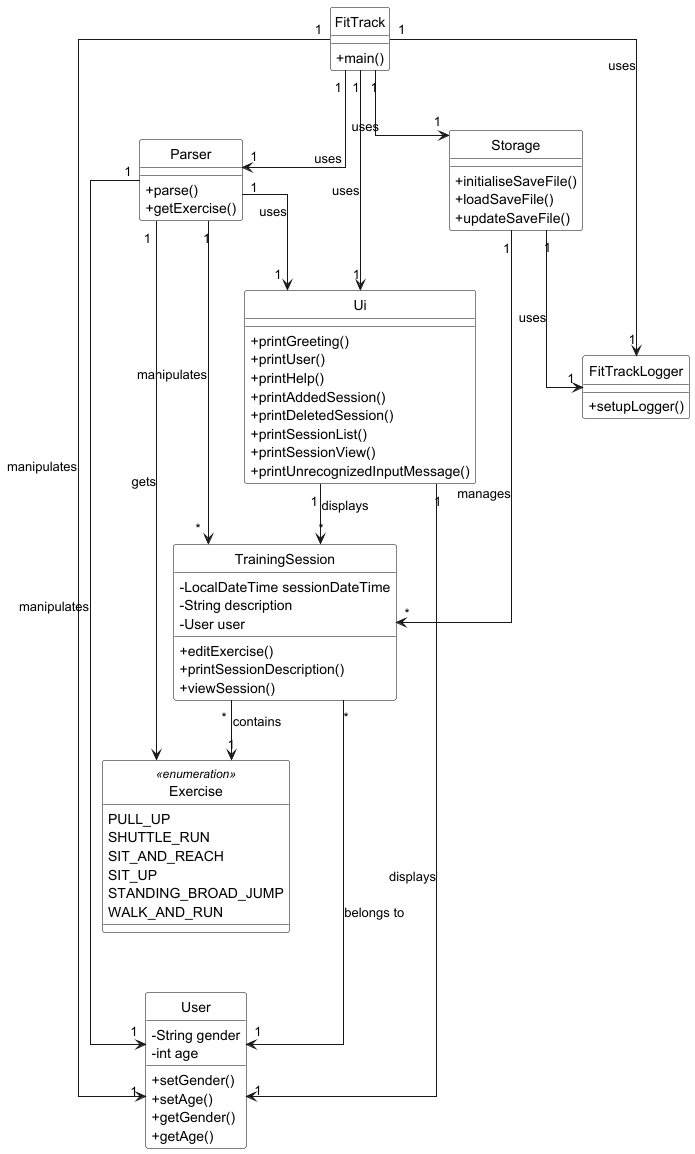
This is docs/HighLevel.png from nus-cs2113-AY2425S1/tp, a PlantUML export, as it was before one commit.
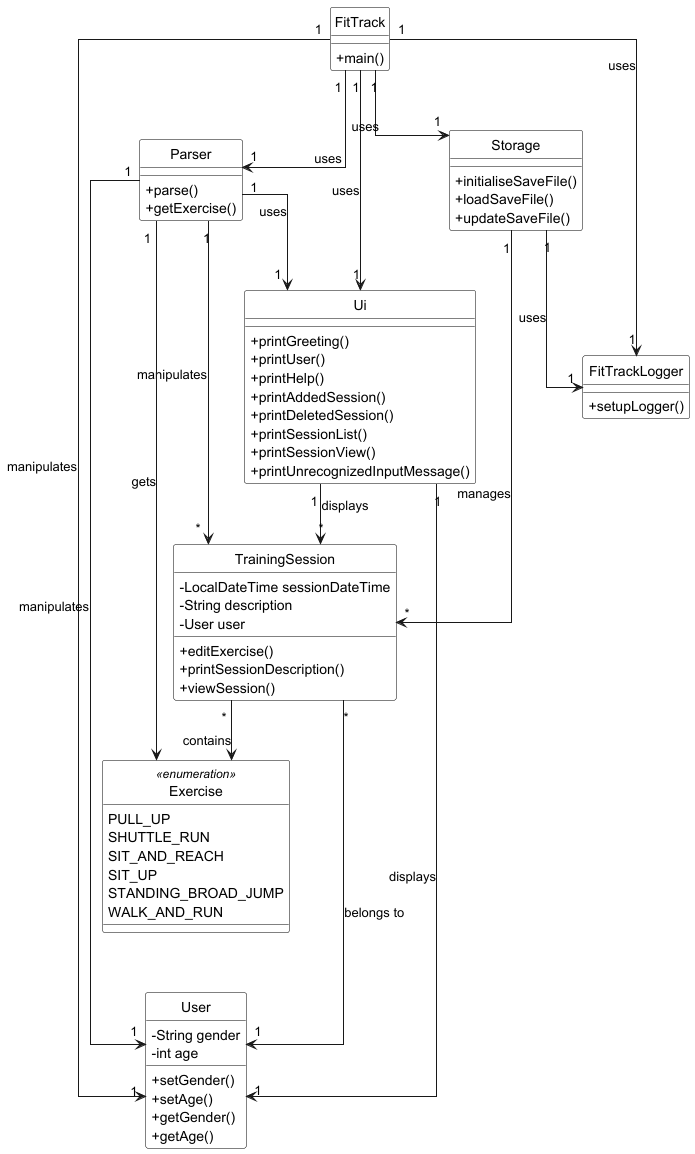
The same diagram one commit later.

Commit message:
Docs: Update DG for High Level Functionalities

Change to the diagram source:
```diff
@@ -80,6 +80,6 @@
 Storage "1" --> "1" FitTrackLogger : uses
 
 TrainingSession "*" ---> "1" User : belongs to
-TrainingSession "*" --> "1" Exercise : contains
+TrainingSession "*" --> Exercise : contains
 
 @enduml
```
